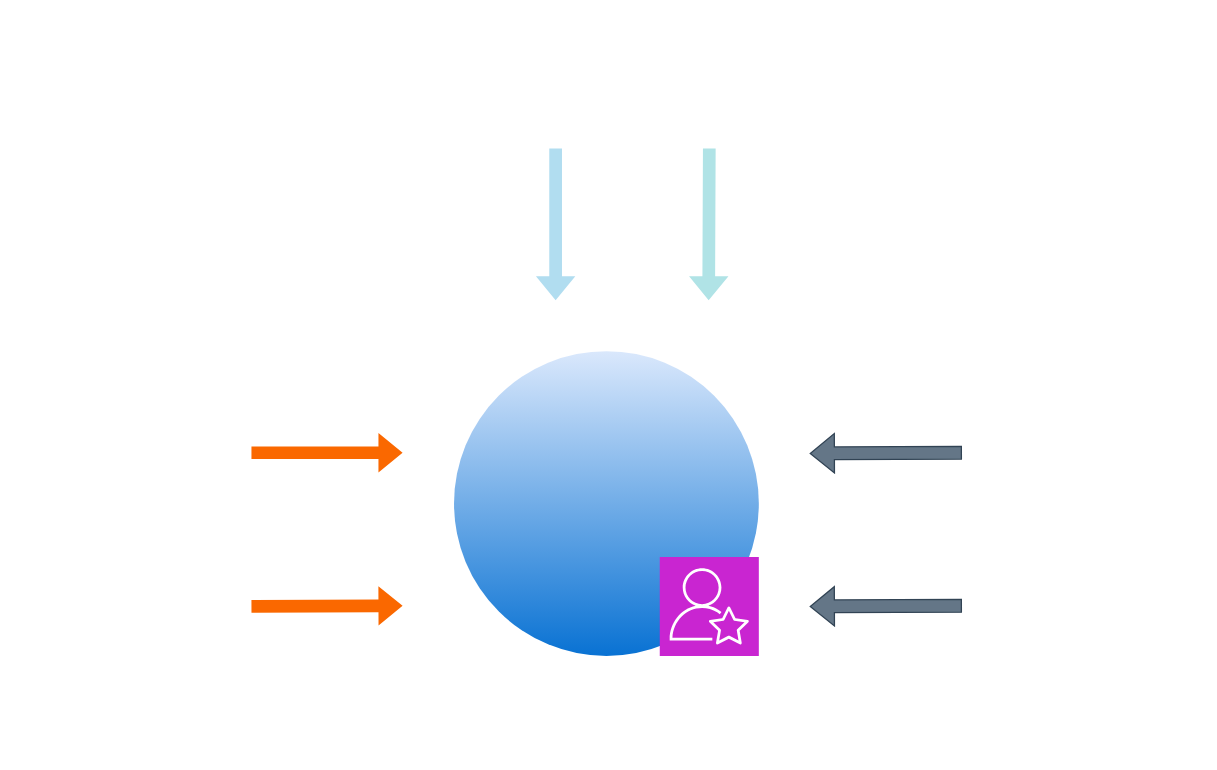
Earlier version of the draw.io diagram page "pmc_ads" (3 of 3) of ads.drawio (Hoverhuang-er/HoverLibrary). Source tidied: cells renumbered, new cells numbered last; positions are measured from the earlier drawing's top-left corner, leaving out a move shared by most shapes. Both pictures are drawn from the tidied source at 127%, with x=0, y=0 at pixel (250, 147).
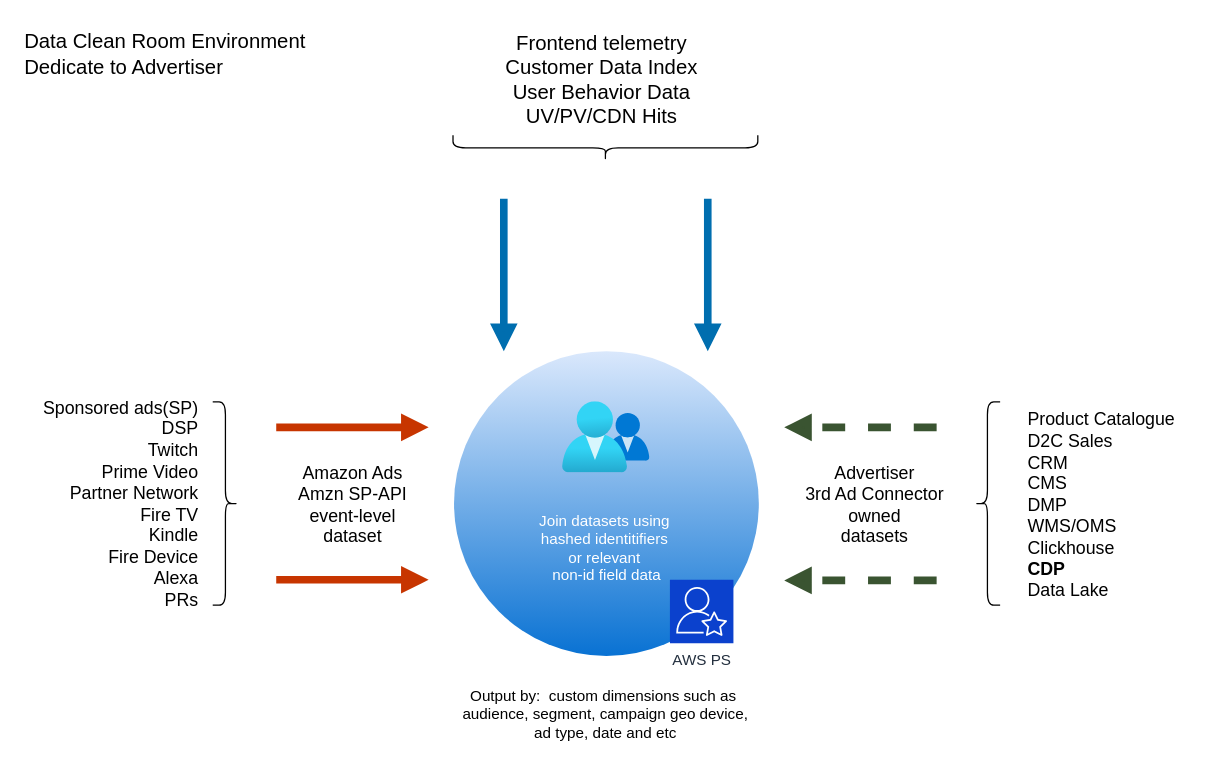
The same page after the edit.

Change to the diagram source:
```diff
@@
-    <mxCell id="3" style="sketch=0;fontColor=#232F3E;fillColor=#C925D1;strokeColor=#ffffff;dashed=0;verticalLabelPosition=bottom;verticalAlign=top;align=center;html=1;fontSize=12;fontStyle=0;shape=mxgraph.aws4.resourceIcon;resIcon=mxgraph.aws4.professional_services;" parent="1" vertex="1">
-      <mxGeometry x="322" y="322" width="78" height="78" as="geometry" />
+    <mxCell id="3" value="AWS PS" style="sketch=0;fontColor=#232F3E;fillColor=#0B41CD;strokeColor=#ffffff;dashed=0;verticalLabelPosition=bottom;verticalAlign=top;align=center;html=1;fontSize=12;fontStyle=0;shape=mxgraph.aws4.resourceIcon;resIcon=mxgraph.aws4.professional_services;" parent="1" vertex="1">
+      <mxGeometry x="330" y="340" width="50" height="50" as="geometry" />
     </mxCell>
-    <mxCell id="4" style="shape=flexArrow;endArrow=classic;html=1;rounded=0;fillColor=#fa6800;strokeColor=none;" parent="1" edge="1">
-      <mxGeometry relative="1" as="geometry">
-        <mxPoint y="240" as="sourcePoint" />
-        <mxPoint x="120" y="240" as="targetPoint" />
-      </mxGeometry>
-    </mxCell>
-    <mxCell id="5" style="shape=flexArrow;endArrow=classic;html=1;rounded=0;fillColor=#fa6800;strokeColor=none;" parent="1" edge="1">
-      <mxGeometry relative="1" as="geometry">
-        <mxPoint y="361" as="sourcePoint" />
-        <mxPoint x="120" y="360.5" as="targetPoint" />
-      </mxGeometry>
-    </mxCell>
-    <mxCell id="6" style="shape=flexArrow;endArrow=classic;html=1;rounded=0;fillColor=#647687;strokeColor=#314354;" parent="1" edge="1">
-      <mxGeometry relative="1" as="geometry">
-        <mxPoint x="560" y="240" as="sourcePoint" />
-        <mxPoint x="440" y="240.5" as="targetPoint" />
-      </mxGeometry>
-    </mxCell>
-    <mxCell id="7" style="shape=flexArrow;endArrow=classic;html=1;rounded=0;fillColor=#647687;strokeColor=#314354;" parent="1" edge="1">
-      <mxGeometry relative="1" as="geometry">
-        <mxPoint x="560" y="360.5" as="sourcePoint" />
-        <mxPoint x="440" y="361" as="targetPoint" />
-      </mxGeometry>
-    </mxCell>
-    <mxCell id="8" style="shape=flexArrow;endArrow=classic;html=1;rounded=0;fillColor=#b1ddf0;strokeColor=none;" parent="1" edge="1">
-      <mxGeometry relative="1" as="geometry">
-        <mxPoint x="240" as="sourcePoint" />
-        <mxPoint x="240" y="120.5" as="targetPoint" />
-      </mxGeometry>
-    </mxCell>
-    <mxCell id="9" style="shape=flexArrow;endArrow=classic;html=1;rounded=0;fillColor=#b0e3e6;strokeColor=none;" parent="1" edge="1">
-      <mxGeometry relative="1" as="geometry">
-        <mxPoint x="361" as="sourcePoint" />
-        <mxPoint x="360.5" y="120.5" as="targetPoint" />
-      </mxGeometry>
-    </mxCell>
+    <mxCell id="10" style="endArrow=block;html=1;rounded=0;strokeWidth=6;dashed=1;fillColor=#6d8764;strokeColor=#3A5431;endFill=1;" parent="1" edge="1">
+      <mxGeometry relative="1" as="geometry">
+        <mxPoint x="540" y="220" as="sourcePoint" />
+        <mxPoint x="420" y="220" as="targetPoint" />
+      </mxGeometry>
+    </mxCell>
+    <mxCell id="11" style="endArrow=block;html=1;rounded=0;strokeWidth=6;dashed=1;fillColor=#6d8764;strokeColor=#3A5431;endFill=1;" parent="1" edge="1">
+      <mxGeometry relative="1" as="geometry">
+        <mxPoint x="540" y="340.5" as="sourcePoint" />
+        <mxPoint x="420" y="340.5" as="targetPoint" />
+      </mxGeometry>
+    </mxCell>
+    <mxCell id="12" style="endArrow=block;html=1;rounded=0;strokeWidth=6;fillColor=#fa6800;strokeColor=#C73500;endFill=1;" parent="1" edge="1">
+      <mxGeometry relative="1" as="geometry">
+        <mxPoint x="20" y="340" as="sourcePoint" />
+        <mxPoint x="140" y="340" as="targetPoint" />
+      </mxGeometry>
+    </mxCell>
+    <mxCell id="13" style="endArrow=block;html=1;rounded=0;strokeWidth=6;fillColor=#fa6800;strokeColor=#C73500;endFill=1;" parent="1" edge="1">
+      <mxGeometry relative="1" as="geometry">
+        <mxPoint x="20" y="220" as="sourcePoint" />
+        <mxPoint x="140" y="220" as="targetPoint" />
+      </mxGeometry>
+    </mxCell>
+    <mxCell id="14" style="endArrow=block;html=1;rounded=0;strokeWidth=6;fillColor=#1ba1e2;strokeColor=#006EAF;endFill=1;" parent="1" edge="1">
+      <mxGeometry relative="1" as="geometry">
+        <mxPoint x="199.2" y="40" as="sourcePoint" />
+        <mxPoint x="199.2" y="160" as="targetPoint" />
+      </mxGeometry>
+    </mxCell>
+    <mxCell id="15" style="endArrow=block;html=1;rounded=0;strokeWidth=6;fillColor=#1ba1e2;strokeColor=#006EAF;endFill=1;" parent="1" edge="1">
+      <mxGeometry relative="1" as="geometry">
+        <mxPoint x="359.8" y="40" as="sourcePoint" />
+        <mxPoint x="359.8" y="160" as="targetPoint" />
+      </mxGeometry>
+    </mxCell>
+    <mxCell id="16" style="shape=curlyBracket;whiteSpace=wrap;html=1;rounded=1;flipH=1;labelPosition=right;verticalLabelPosition=middle;align=left;verticalAlign=middle;" parent="1" vertex="1">
+      <mxGeometry x="-30" y="200" width="20" height="160" as="geometry" />
+    </mxCell>
+    <mxCell id="17" style="shape=curlyBracket;whiteSpace=wrap;html=1;rounded=1;labelPosition=left;verticalLabelPosition=middle;align=right;verticalAlign=middle;" parent="1" vertex="1">
+      <mxGeometry x="570" y="200" width="20" height="160" as="geometry" />
+    </mxCell>
+    <mxCell id="18" style="shape=curlyBracket;whiteSpace=wrap;html=1;rounded=1;flipH=1;labelPosition=right;verticalLabelPosition=middle;align=left;verticalAlign=middle;rotation=90;" parent="1" vertex="1">
+      <mxGeometry x="269.2" y="-120" width="20" height="240" as="geometry" />
+    </mxCell>
+    <mxCell id="19" value="&lt;font style=&quot;font-size: 14px;&quot;&gt;Amazon Ads&lt;/font&gt;&lt;div style=&quot;font-size: 14px;&quot;&gt;&lt;font style=&quot;font-size: 14px;&quot;&gt;Amzn SP-API&lt;/font&gt;&lt;/div&gt;&lt;div style=&quot;font-size: 14px;&quot;&gt;&lt;font style=&quot;font-size: 14px;&quot;&gt;event-level&lt;/font&gt;&lt;/div&gt;&lt;div style=&quot;font-size: 14px;&quot;&gt;&lt;font style=&quot;font-size: 14px;&quot;&gt;dataset&lt;/font&gt;&lt;/div&gt;" style="text;html=1;align=center;verticalAlign=middle;strokeColor=none;fillColor=none;" parent="1" vertex="1">
+      <mxGeometry x="28" y="241" width="104" height="79" as="geometry" />
+    </mxCell>
+    <mxCell id="20" value="&lt;font style=&quot;font-size: 14px;&quot;&gt;Advertiser&lt;/font&gt;&lt;div style=&quot;font-size: 14px;&quot;&gt;&lt;font style=&quot;font-size: 14px;&quot;&gt;3rd Ad Connector&lt;/font&gt;&lt;/div&gt;&lt;div style=&quot;font-size: 14px;&quot;&gt;&lt;font style=&quot;font-size: 14px;&quot;&gt;owned&lt;/font&gt;&lt;/div&gt;&lt;div style=&quot;font-size: 14px;&quot;&gt;&lt;font style=&quot;font-size: 14px;&quot;&gt;datasets&lt;/font&gt;&lt;/div&gt;" style="text;html=1;align=center;verticalAlign=middle;strokeColor=none;fillColor=none;" parent="1" vertex="1">
+      <mxGeometry x="427" y="241" width="127" height="79" as="geometry" />
+    </mxCell>
+    <mxCell id="21" value="&lt;font style=&quot;font-size: 14px;&quot;&gt;Product Catalogue&lt;/font&gt;&lt;div style=&quot;font-size: 14px;&quot;&gt;&lt;font style=&quot;font-size: 14px;&quot;&gt;D2C Sales&lt;/font&gt;&lt;/div&gt;&lt;div style=&quot;font-size: 14px;&quot;&gt;&lt;font style=&quot;font-size: 14px;&quot;&gt;CRM&lt;/font&gt;&lt;/div&gt;&lt;div style=&quot;font-size: 14px;&quot;&gt;&lt;font style=&quot;font-size: 14px;&quot;&gt;CMS&lt;/font&gt;&lt;/div&gt;&lt;div style=&quot;font-size: 14px;&quot;&gt;&lt;font style=&quot;font-size: 14px;&quot;&gt;DMP&lt;/font&gt;&lt;/div&gt;&lt;div style=&quot;font-size: 14px;&quot;&gt;&lt;font style=&quot;font-size: 14px;&quot;&gt;WMS/OMS&lt;/font&gt;&lt;/div&gt;&lt;div style=&quot;font-size: 14px;&quot;&gt;&lt;font style=&quot;font-size: 14px;&quot;&gt;Clickhouse&lt;/font&gt;&lt;/div&gt;&lt;div style=&quot;font-size: 14px;&quot;&gt;&lt;font style=&quot;font-size: 14px;&quot;&gt;&lt;b&gt;CDP&lt;/b&gt;&lt;/font&gt;&lt;/div&gt;&lt;div style=&quot;font-size: 14px;&quot;&gt;&lt;font style=&quot;font-size: 14px;&quot;&gt;Data Lake&lt;/font&gt;&lt;/div&gt;" style="text;html=1;align=left;verticalAlign=middle;strokeColor=none;fillColor=none;" parent="1" vertex="1">
+      <mxGeometry x="610" y="199" width="134" height="163" as="geometry" />
+    </mxCell>
+    <mxCell id="22" value="&lt;font style=&quot;font-size: 14px;&quot;&gt;Sponsored ads(SP)&lt;/font&gt;&lt;div style=&quot;font-size: 14px;&quot;&gt;&lt;font style=&quot;font-size: 14px;&quot;&gt;DSP&lt;/font&gt;&lt;/div&gt;&lt;div style=&quot;font-size: 14px;&quot;&gt;&lt;font style=&quot;font-size: 14px;&quot;&gt;Twitch&lt;/font&gt;&lt;/div&gt;&lt;div style=&quot;font-size: 14px;&quot;&gt;&lt;font style=&quot;font-size: 14px;&quot;&gt;Prime Video&lt;/font&gt;&lt;/div&gt;&lt;div style=&quot;font-size: 14px;&quot;&gt;&lt;font style=&quot;font-size: 14px;&quot;&gt;Partner Network&lt;/font&gt;&lt;/div&gt;&lt;div style=&quot;font-size: 14px;&quot;&gt;&lt;font style=&quot;font-size: 14px;&quot;&gt;Fire TV&lt;/font&gt;&lt;/div&gt;&lt;div style=&quot;font-size: 14px;&quot;&gt;&lt;font style=&quot;font-size: 14px;&quot;&gt;Kindle&lt;/font&gt;&lt;/div&gt;&lt;div style=&quot;font-size: 14px;&quot;&gt;&lt;font style=&quot;font-size: 14px;&quot;&gt;Fire Device&lt;/font&gt;&lt;/div&gt;&lt;div style=&quot;font-size: 14px;&quot;&gt;&lt;font style=&quot;font-size: 14px;&quot;&gt;Alexa&lt;/font&gt;&lt;/div&gt;&lt;div style=&quot;font-size: 14px;&quot;&gt;&lt;font style=&quot;font-size: 14px;&quot;&gt;PRs&lt;/font&gt;&lt;/div&gt;" style="text;html=1;align=right;verticalAlign=middle;strokeColor=none;fillColor=none;" parent="1" vertex="1">
+      <mxGeometry x="-180" y="190" width="140" height="180" as="geometry" />
+    </mxCell>
+    <mxCell id="23" value="&lt;font color=&quot;#ffffff&quot;&gt;Join datasets using&amp;nbsp;&lt;/font&gt;&lt;div&gt;&lt;font color=&quot;#ffffff&quot;&gt;hashed identitifiers&amp;nbsp;&lt;/font&gt;&lt;/div&gt;&lt;div&gt;&lt;font color=&quot;#ffffff&quot;&gt;or relevant&amp;nbsp;&lt;/font&gt;&lt;/div&gt;&lt;div&gt;&lt;font color=&quot;#ffffff&quot;&gt;non-id field data&lt;/font&gt;&lt;/div&gt;" style="text;html=1;align=center;verticalAlign=middle;strokeColor=none;fillColor=none;" parent="1" vertex="1">
+      <mxGeometry x="215" y="280" width="130" height="70" as="geometry" />
+    </mxCell>
+    <mxCell id="24" style="image;html=1;align=center;fontSize=12;image=img/lib/azure2/management_governance/My_Customers.svg;" parent="1" vertex="1">
+      <mxGeometry x="245.5" y="200" width="69" height="56" as="geometry" />
+    </mxCell>
+    <mxCell id="25" value="&lt;font style=&quot;font-size: 16px;&quot;&gt;Frontend telemetry&lt;/font&gt;&lt;div style=&quot;font-size: 16px;&quot;&gt;&lt;font style=&quot;font-size: 16px;&quot;&gt;Customer Data Index&lt;/font&gt;&lt;/div&gt;&lt;div style=&quot;font-size: 16px;&quot;&gt;&lt;font style=&quot;font-size: 16px;&quot;&gt;User Behavior Data&lt;/font&gt;&lt;/div&gt;&lt;div style=&quot;font-size: 16px;&quot;&gt;&lt;font style=&quot;font-size: 16px;&quot;&gt;UV/PV/CDN Hits&lt;/font&gt;&lt;/div&gt;" style="text;html=1;align=center;verticalAlign=middle;strokeColor=none;fillColor=none;" parent="1" vertex="1">
+      <mxGeometry x="191" y="-99" width="169" height="89" as="geometry" />
+    </mxCell>
+    <mxCell id="26" value="Output by:&amp;nbsp; custom dimensions such as&amp;nbsp;&lt;div&gt;audience, segment, campaign geo device,&lt;/div&gt;&lt;div&gt;ad type, date and etc&lt;/div&gt;" style="text;html=1;align=center;verticalAlign=middle;strokeColor=none;fillColor=none;" parent="1" vertex="1">
+      <mxGeometry x="157.8" y="418" width="243" height="55" as="geometry" />
+    </mxCell>
+    <mxCell id="27" value="&lt;font style=&quot;font-size: 16px;&quot;&gt;Data Clean Room Environment&amp;nbsp;&lt;/font&gt;&lt;div style=&quot;font-size: 16px;&quot;&gt;&lt;font style=&quot;font-size: 16px;&quot;&gt;Dedicate to Advertiser&lt;/font&gt;&lt;/div&gt;" style="text;html=1;align=left;verticalAlign=middle;strokeColor=none;fillColor=none;" parent="1" vertex="1">
+      <mxGeometry x="-180" y="-99" width="244" height="50" as="geometry" />
+    </mxCell>
```
